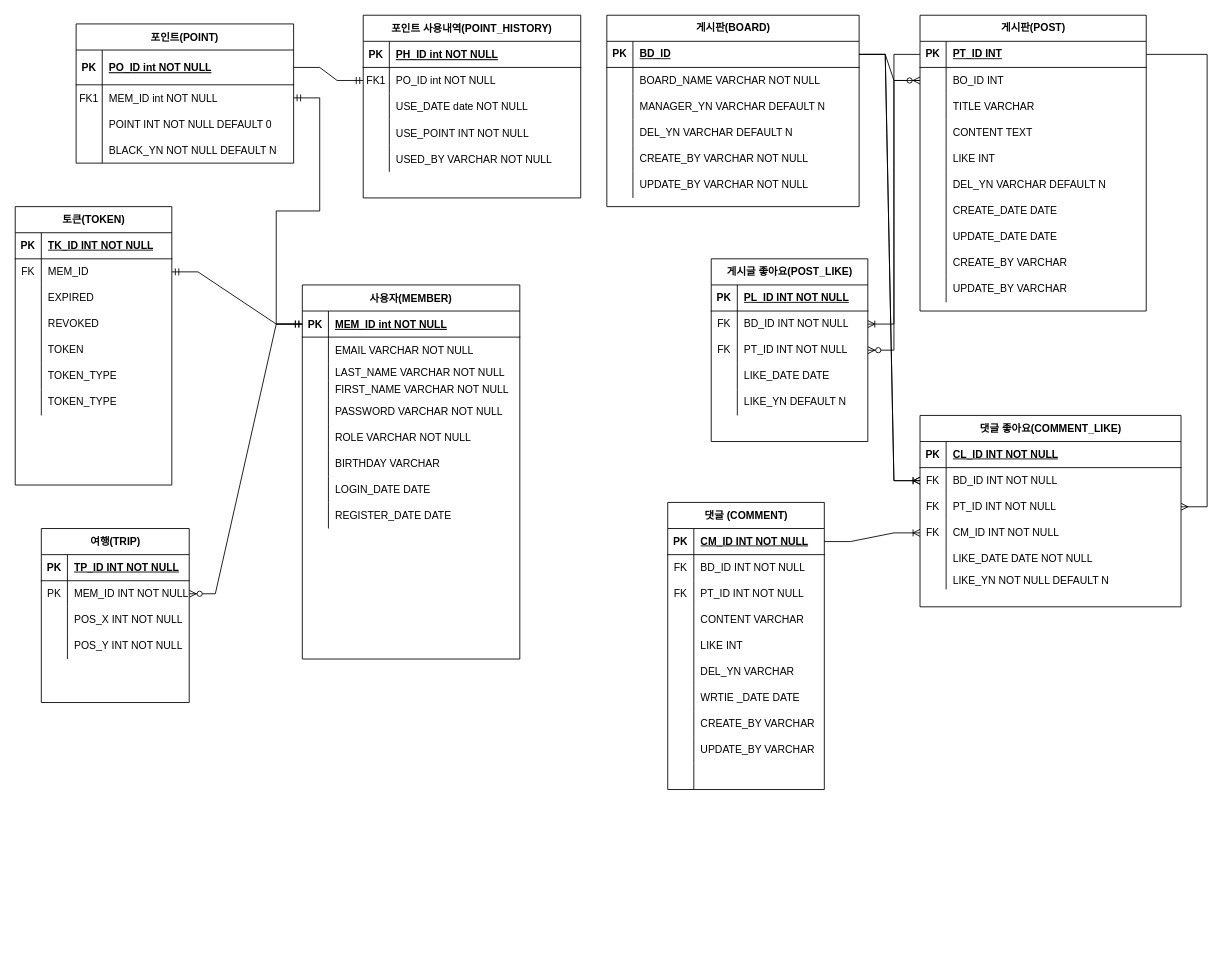
Above: docs/나들이_ERD.drawio in DongJu-Na/Nadry (draw.io), before the change. Source tidied: cells renumbered, new cells numbered last; positions are measured from the earlier drawing's top-left corner, leaving out a move shared by most shapes. Both pictures are drawn from the tidied source at 87%, with x=0, y=0 at pixel (15, 15).
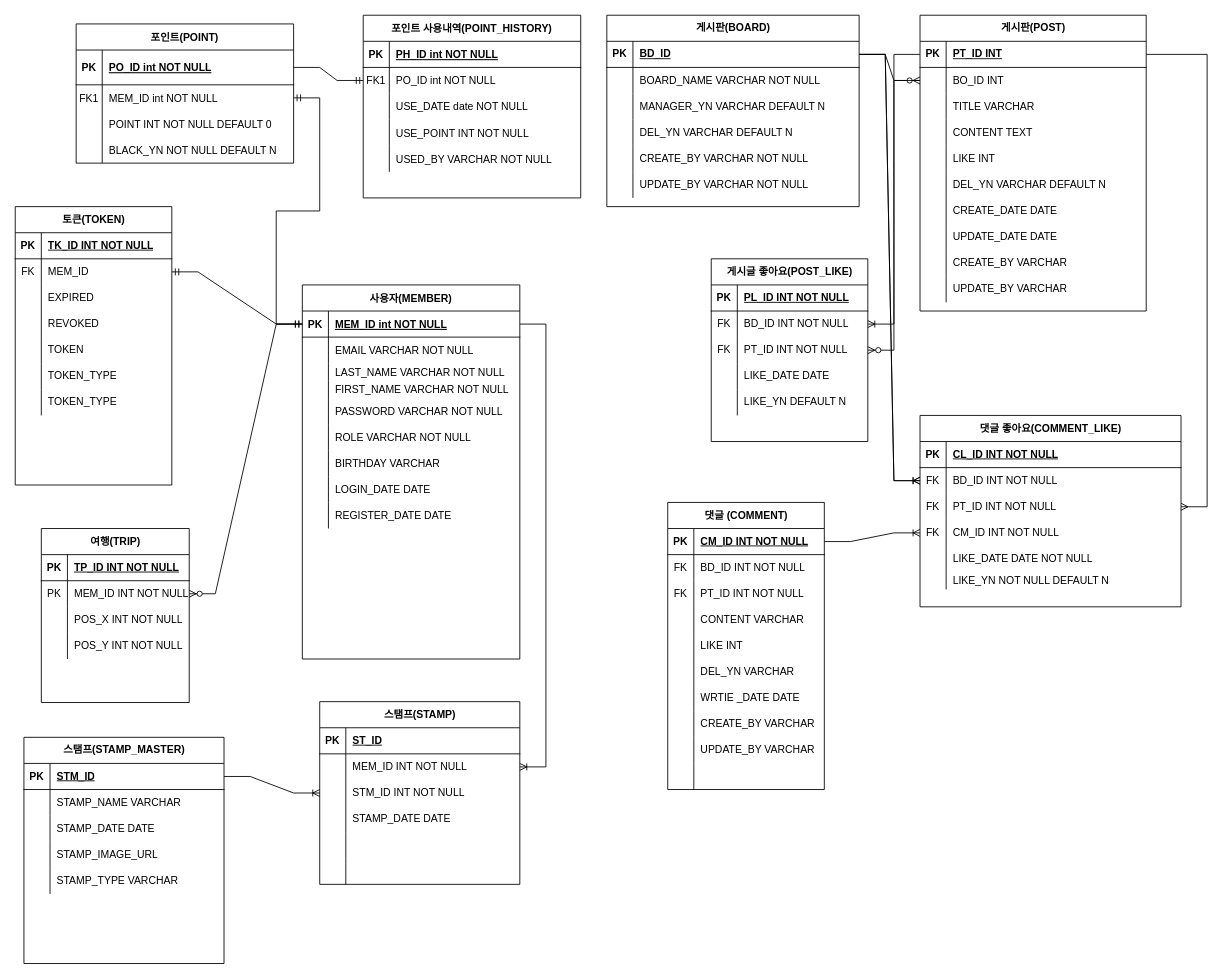
After the change.

Unchanged cells that the change refers to:
```xml
<mxCell id="3" style="shape=partialRectangle;fillColor=none;points=[[0,0.5],[1,0.5]];portConstraint=eastwest;top=0;left=0;right=0;bottom=1;" parent="2" vertex="1">
  <mxGeometry y="30" width="250" height="30" as="geometry" />
</mxCell>
```

What changed in the source:
```diff
@@
+    <mxCell id="221" value="스탬프(STAMP)" style="shape=table;startSize=30;childLayout=tableLayout;rowLines=0;fontStyle=1;align=center;html=1;" parent="1" vertex="1">
+      <mxGeometry x="350" y="789" width="230" height="210" as="geometry" />
+    </mxCell>
+    <mxCell id="222" style="shape=tableRow;horizontal=0;startSize=0;swimlaneHead=0;swimlaneBody=0;fillColor=none;top=0;left=0;right=0;bottom=1;" parent="221" vertex="1">
+      <mxGeometry y="30" width="230" height="30" as="geometry" />
+    </mxCell>
+    <mxCell id="223" value="PK" style="shape=partialRectangle;fillColor=none;top=0;left=0;bottom=0;right=0;fontStyle=1;overflow=hidden;whiteSpace=wrap;html=1;" parent="222" vertex="1">
+      <mxGeometry width="30" height="30" as="geometry" />
+    </mxCell>
+    <mxCell id="224" value="ST_ID" style="shape=partialRectangle;fillColor=none;top=0;left=0;bottom=0;right=0;align=left;spacingLeft=6;fontStyle=5;overflow=hidden;whiteSpace=wrap;html=1;" parent="222" vertex="1">
+      <mxGeometry x="30" width="200" height="30" as="geometry" />
+    </mxCell>
+    <mxCell id="225" style="shape=tableRow;horizontal=0;startSize=0;swimlaneHead=0;swimlaneBody=0;fillColor=none;points=[[0,0.5],[1,0.5]];portConstraint=eastwest;top=0;left=0;right=0;bottom=0;" parent="221" vertex="1">
+      <mxGeometry y="60" width="230" height="30" as="geometry" />
+    </mxCell>
+    <mxCell id="226" style="shape=partialRectangle;fillColor=none;top=0;left=0;bottom=0;right=0;overflow=hidden;whiteSpace=wrap;html=1;" parent="225" vertex="1">
+      <mxGeometry width="30" height="30" as="geometry" />
+    </mxCell>
+    <mxCell id="227" value="MEM_ID INT NOT NULL" style="shape=partialRectangle;fillColor=none;top=0;left=0;bottom=0;right=0;align=left;spacingLeft=6;overflow=hidden;whiteSpace=wrap;html=1;" parent="225" vertex="1">
+      <mxGeometry x="30" width="200" height="30" as="geometry" />
+    </mxCell>
+    <mxCell id="228" style="shape=tableRow;horizontal=0;startSize=0;swimlaneHead=0;swimlaneBody=0;fillColor=none;points=[[0,0.5],[1,0.5]];portConstraint=eastwest;top=0;left=0;right=0;bottom=0;" parent="221" vertex="1">
+      <mxGeometry y="90" width="230" height="30" as="geometry" />
+    </mxCell>
+    <mxCell id="229" style="shape=partialRectangle;fillColor=none;top=0;left=0;bottom=0;right=0;overflow=hidden;whiteSpace=wrap;html=1;" parent="228" vertex="1">
+      <mxGeometry width="30" height="30" as="geometry" />
+    </mxCell>
+    <mxCell id="230" value="STM_ID INT NOT NULL" style="shape=partialRectangle;fillColor=none;top=0;left=0;bottom=0;right=0;align=left;spacingLeft=6;overflow=hidden;whiteSpace=wrap;html=1;" parent="228" vertex="1">
+      <mxGeometry x="30" width="200" height="30" as="geometry" />
+    </mxCell>
+    <mxCell id="231" style="shape=tableRow;horizontal=0;startSize=0;swimlaneHead=0;swimlaneBody=0;fillColor=none;top=0;left=0;right=0;bottom=0;" parent="221" vertex="1">
+      <mxGeometry y="120" width="230" height="30" as="geometry" />
+    </mxCell>
+    <mxCell id="232" style="shape=partialRectangle;fillColor=none;top=0;left=0;bottom=0;right=0;overflow=hidden;whiteSpace=wrap;html=1;" parent="231" vertex="1">
+      <mxGeometry width="30" height="30" as="geometry" />
+    </mxCell>
+    <mxCell id="233" value="STAMP_DATE DATE" style="shape=partialRectangle;fillColor=none;top=0;left=0;bottom=0;right=0;align=left;spacingLeft=6;overflow=hidden;whiteSpace=wrap;html=1;" parent="231" vertex="1">
+      <mxGeometry x="30" width="200" height="30" as="geometry" />
+    </mxCell>
+    <mxCell id="234" style="shape=tableRow;horizontal=0;startSize=0;swimlaneHead=0;swimlaneBody=0;fillColor=none;top=0;left=0;right=0;bottom=0;" parent="221" vertex="1">
+      <mxGeometry y="150" width="230" height="30" as="geometry" />
+    </mxCell>
+    <mxCell id="235" style="shape=partialRectangle;fillColor=none;top=0;left=0;bottom=0;right=0;overflow=hidden;whiteSpace=wrap;html=1;" parent="234" vertex="1">
+      <mxGeometry width="30" height="30" as="geometry" />
+    </mxCell>
+    <mxCell id="236" style="shape=partialRectangle;fillColor=none;top=0;left=0;bottom=0;right=0;align=left;spacingLeft=6;overflow=hidden;whiteSpace=wrap;html=1;" parent="234" vertex="1">
+      <mxGeometry x="30" width="200" height="30" as="geometry" />
+    </mxCell>
+    <mxCell id="237" style="shape=tableRow;horizontal=0;startSize=0;swimlaneHead=0;swimlaneBody=0;fillColor=none;top=0;left=0;right=0;bottom=0;" parent="221" vertex="1">
+      <mxGeometry y="180" width="230" height="30" as="geometry" />
+    </mxCell>
+    <mxCell id="238" style="shape=partialRectangle;fillColor=none;top=0;left=0;bottom=0;right=0;overflow=hidden;whiteSpace=wrap;html=1;" parent="237" vertex="1">
+      <mxGeometry width="30" height="30" as="geometry" />
+    </mxCell>
+    <mxCell id="239" style="shape=partialRectangle;fillColor=none;top=0;left=0;bottom=0;right=0;align=left;spacingLeft=6;overflow=hidden;whiteSpace=wrap;html=1;" parent="237" vertex="1">
+      <mxGeometry x="30" width="200" height="30" as="geometry" />
+    </mxCell>
+    <mxCell id="240" value="스탬프(STAMP_MASTER)" style="shape=table;startSize=30;childLayout=tableLayout;rowLines=0;fontStyle=1;align=center;html=1;" parent="1" vertex="1">
+      <mxGeometry x="10" y="830" width="230" height="260" as="geometry" />
+    </mxCell>
+    <mxCell id="241" style="shape=tableRow;horizontal=0;startSize=0;swimlaneHead=0;swimlaneBody=0;fillColor=none;points=[[0,0.5],[1,0.5]];portConstraint=eastwest;top=0;left=0;right=0;bottom=1;" parent="240" vertex="1">
+      <mxGeometry y="30" width="230" height="30" as="geometry" />
+    </mxCell>
+    <mxCell id="242" value="PK" style="shape=partialRectangle;fillColor=none;top=0;left=0;bottom=0;right=0;fontStyle=1;overflow=hidden;whiteSpace=wrap;html=1;" parent="241" vertex="1">
+      <mxGeometry width="30" height="30" as="geometry" />
+    </mxCell>
+    <mxCell id="243" value="STM_ID" style="shape=partialRectangle;fillColor=none;top=0;left=0;bottom=0;right=0;align=left;spacingLeft=6;fontStyle=5;overflow=hidden;whiteSpace=wrap;html=1;" parent="241" vertex="1">
+      <mxGeometry x="30" width="200" height="30" as="geometry" />
+    </mxCell>
+    <mxCell id="244" style="shape=tableRow;horizontal=0;startSize=0;swimlaneHead=0;swimlaneBody=0;fillColor=none;top=0;left=0;right=0;bottom=0;" parent="240" vertex="1">
+      <mxGeometry y="60" width="230" height="30" as="geometry" />
+    </mxCell>
+    <mxCell id="245" style="shape=partialRectangle;fillColor=none;top=0;left=0;bottom=0;right=0;overflow=hidden;whiteSpace=wrap;html=1;" parent="244" vertex="1">
+      <mxGeometry width="30" height="30" as="geometry" />
+    </mxCell>
+    <mxCell id="246" value="STAMP_NAME VARCHAR" style="shape=partialRectangle;fillColor=none;top=0;left=0;bottom=0;right=0;align=left;spacingLeft=6;overflow=hidden;whiteSpace=wrap;html=1;" parent="244" vertex="1">
+      <mxGeometry x="30" width="200" height="30" as="geometry" />
+    </mxCell>
+    <mxCell id="247" style="shape=tableRow;horizontal=0;startSize=0;swimlaneHead=0;swimlaneBody=0;fillColor=none;top=0;left=0;right=0;bottom=0;" parent="240" vertex="1">
+      <mxGeometry y="90" width="230" height="30" as="geometry" />
+    </mxCell>
+    <mxCell id="248" style="shape=partialRectangle;fillColor=none;top=0;left=0;bottom=0;right=0;overflow=hidden;whiteSpace=wrap;html=1;" parent="247" vertex="1">
+      <mxGeometry width="30" height="30" as="geometry" />
+    </mxCell>
+    <mxCell id="249" value="STAMP_DATE DATE" style="shape=partialRectangle;fillColor=none;top=0;left=0;bottom=0;right=0;align=left;spacingLeft=6;overflow=hidden;whiteSpace=wrap;html=1;" parent="247" vertex="1">
+      <mxGeometry x="30" width="200" height="30" as="geometry" />
+    </mxCell>
+    <mxCell id="250" style="shape=tableRow;horizontal=0;startSize=0;swimlaneHead=0;swimlaneBody=0;fillColor=none;top=0;left=0;right=0;bottom=0;" parent="240" vertex="1">
+      <mxGeometry y="120" width="230" height="30" as="geometry" />
+    </mxCell>
+    <mxCell id="251" style="shape=partialRectangle;fillColor=none;top=0;left=0;bottom=0;right=0;overflow=hidden;whiteSpace=wrap;html=1;" parent="250" vertex="1">
+      <mxGeometry width="30" height="30" as="geometry" />
+    </mxCell>
+    <mxCell id="252" value="STAMP_IMAGE_URL" style="shape=partialRectangle;fillColor=none;top=0;left=0;bottom=0;right=0;align=left;spacingLeft=6;overflow=hidden;whiteSpace=wrap;html=1;" parent="250" vertex="1">
+      <mxGeometry x="30" width="200" height="30" as="geometry" />
+    </mxCell>
+    <mxCell id="253" style="shape=tableRow;horizontal=0;startSize=0;swimlaneHead=0;swimlaneBody=0;fillColor=none;top=0;left=0;right=0;bottom=0;" parent="240" vertex="1">
+      <mxGeometry y="150" width="230" height="30" as="geometry" />
+    </mxCell>
+    <mxCell id="254" style="shape=partialRectangle;fillColor=none;top=0;left=0;bottom=0;right=0;overflow=hidden;whiteSpace=wrap;html=1;" parent="253" vertex="1">
+      <mxGeometry width="30" height="30" as="geometry" />
+    </mxCell>
+    <mxCell id="255" value="STAMP_TYPE VARCHAR" style="shape=partialRectangle;fillColor=none;top=0;left=0;bottom=0;right=0;align=left;spacingLeft=6;overflow=hidden;whiteSpace=wrap;html=1;" parent="253" vertex="1">
+      <mxGeometry x="30" width="200" height="30" as="geometry" />
+    </mxCell>
+    <mxCell id="256" style="edgeStyle=entityRelationEdgeStyle;fontSize=12;html=1;endArrow=ERoneToMany;rounded=0;exitX=1;exitY=0.5;exitDx=0;exitDy=0;entryX=0;entryY=0.5;entryDx=0;entryDy=0;" parent="1" edge="1" source="241" target="228">
+      <mxGeometry relative="1" as="geometry" />
+    </mxCell>
+    <mxCell id="257" style="edgeStyle=entityRelationEdgeStyle;fontSize=12;html=1;endArrow=ERoneToMany;rounded=0;exitX=1;exitY=0.5;exitDx=0;exitDy=0;entryX=1;entryY=0.5;entryDx=0;entryDy=0;" parent="1" edge="1" source="3" target="225">
+      <mxGeometry relative="1" as="geometry" />
+    </mxCell>
```
